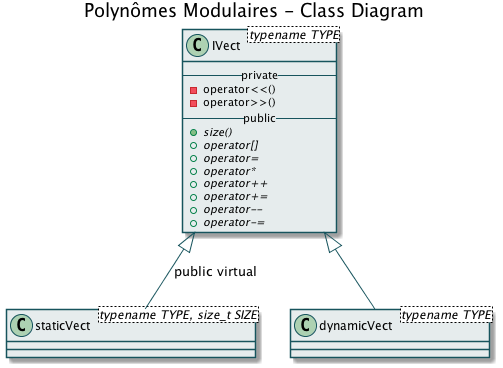
Before: class.png, a diagram exported from PlantUML (carlosgeos/polynomial-cpp).
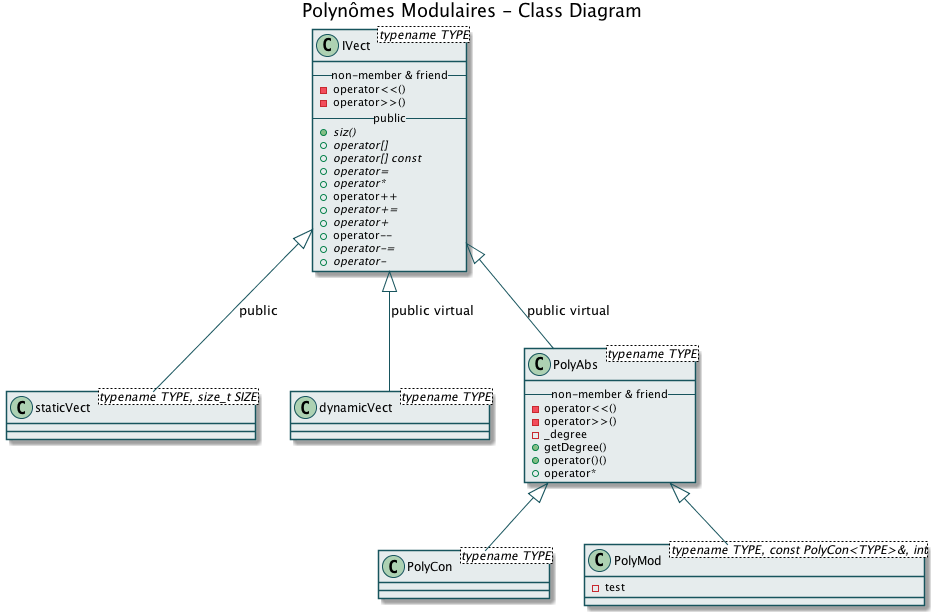
After the commit.

Diff of the diagram source:
```diff
@@ -9,18 +9,21 @@
 }
 
 class IVect<typename TYPE> {
-      -- private --
+      -- non-member & friend --
       -operator<<()
       -operator>>()
       -- public --
-      +{abstract} size()
+      +{abstract} siz()
       +{abstract} operator[]
+      +{abstract} operator[] const
       +{abstract} operator=
       +{abstract} operator*
-      +{abstract} operator++
+      + operator++
       +{abstract} operator+=
-      +{abstract} operator--
+      +{abstract} operator+
+      + operator--
       +{abstract} operator-=
+      +{abstract} operator-
 }
 
 class staticVect<typename TYPE, size_t SIZE> {
@@ -31,8 +34,29 @@
 
 }
 
-IVect <|-down- staticVect: public virtual
-IVect <|-down- dynamicVect
+class PolyAbs<typename TYPE> {
+      -- non-member & friend --
+      -operator<<()
+      -operator>>()
+      -_degree
+      +getDegree()
+      +operator()()
+      +operator*
+}
+
+class PolyCon<typename TYPE> {
+
+}
+
+class PolyMod<typename TYPE, const PolyCon<TYPE>&, int> {
+      -test
+}
+
+IVect <|-down- staticVect: public
+IVect <|-down- dynamicVect: public virtual
+IVect <|-down- PolyAbs: public virtual
+PolyAbs <|-down- PolyCon
+PolyAbs <|-down- PolyMod
 
 
 @enduml
```
